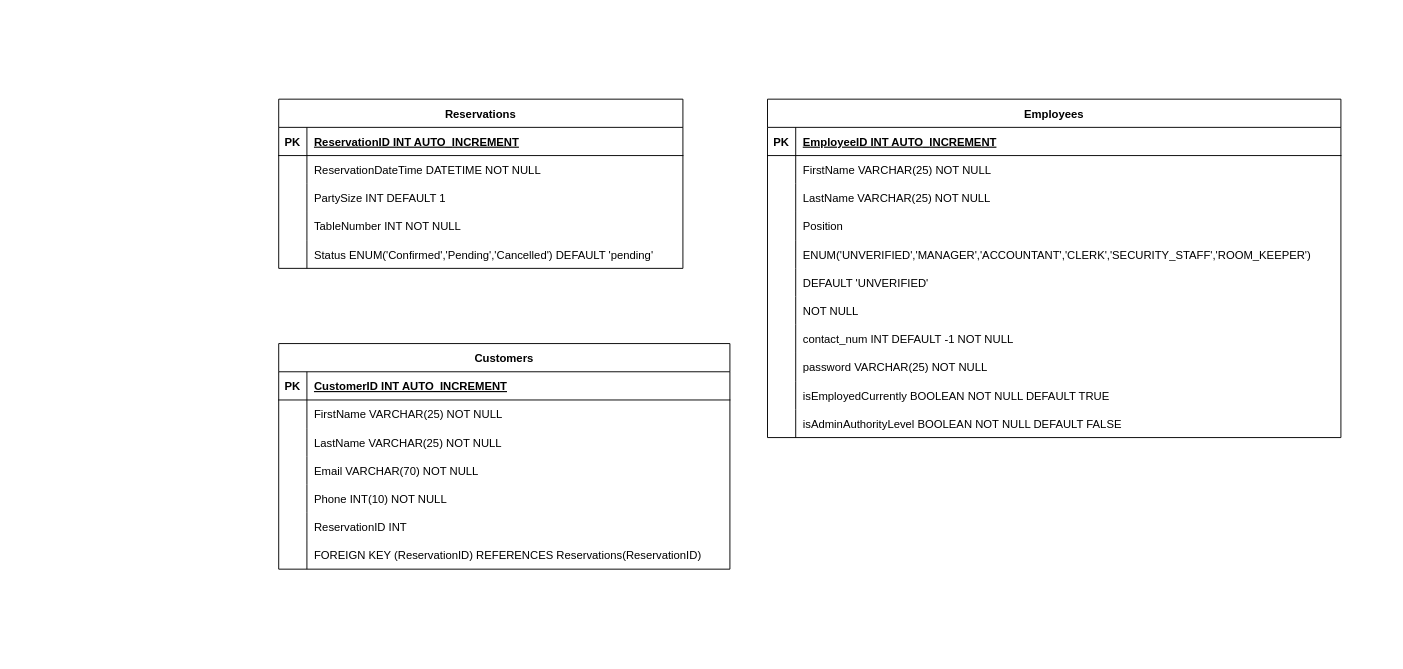
Above: ReservationManagementForJavaWokeezSteakhauz.drawio in isuckinprogramming/javaWockeezSteakhausProject (draw.io), before the change. Source tidied: cells renumbered, new cells numbered last; positions are measured from the earlier drawing's top-left corner, leaving out a move shared by most shapes. Both pictures are drawn from the tidied source at 94%, with x=0, y=0 at pixel (278, 99).
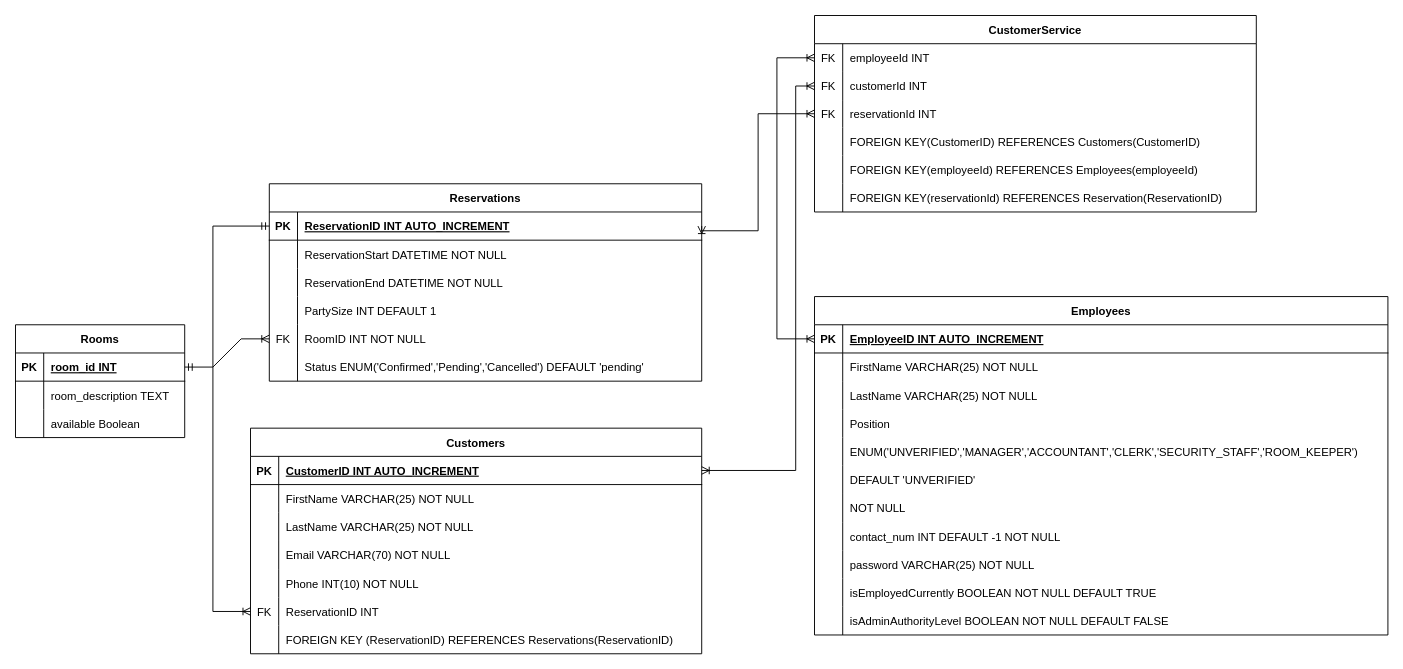
The same diagram, later.

The change refers to these unchanged cells:
```xml
<mxCell id="3" style="shape=tableRow;horizontal=0;startSize=0;swimlaneHead=0;swimlaneBody=0;fillColor=none;points=[[0,0.5],[1,0.5]];portConstraint=eastwest;strokeColor=inherit;top=0;left=0;right=0;bottom=1;" parent="2" vertex="1">
  <mxGeometry y="30" width="610" height="30" as="geometry" />
</mxCell>
<mxCell id="53" style="shape=tableRow;horizontal=0;startSize=0;swimlaneHead=0;swimlaneBody=0;fillColor=none;points=[[0,0.5],[1,0.5]];portConstraint=eastwest;strokeColor=inherit;top=0;left=0;right=0;bottom=1;" parent="52" vertex="1">
  <mxGeometry y="30" width="480" height="30" as="geometry" />
</mxCell>
<mxCell id="68" style="shape=tableRow;horizontal=0;startSize=0;swimlaneHead=0;swimlaneBody=0;fillColor=none;points=[[0,0.5],[1,0.5]];portConstraint=eastwest;strokeColor=inherit;top=0;left=0;right=0;bottom=0;" parent="52" vertex="1">
  <mxGeometry y="180" width="480" height="30" as="geometry" />
</mxCell>
```

Change to the diagram source:
```diff
@@
     <mxCell id="2" value="Employees" style="shape=table;startSize=30;childLayout=tableLayout;rowLines=0;fontStyle=1;align=center;" parent="1" vertex="1">
-      <mxGeometry x="520" width="610" height="360" as="geometry" />
+      <mxGeometry x="570" y="210" width="610" height="360" as="geometry" />
     </mxCell>
@@
     <mxCell id="36" value="Reservations" style="shape=table;startSize=30;childLayout=tableLayout;rowLines=0;fontStyle=1;align=center;" parent="1" vertex="1">
-      <mxGeometry width="430" height="180" as="geometry" />
+      <mxGeometry x="-10" y="90" width="460" height="210" as="geometry" />
     </mxCell>
     <mxCell id="37" style="shape=tableRow;horizontal=0;startSize=0;swimlaneHead=0;swimlaneBody=0;fillColor=none;points=[[0,0.5],[1,0.5]];portConstraint=eastwest;strokeColor=inherit;top=0;left=0;right=0;bottom=1;" parent="36" vertex="1">
-      <mxGeometry y="30" width="430" height="30" as="geometry" />
+      <mxGeometry y="30" width="460" height="30" as="geometry" />
     </mxCell>
@@
     <mxCell id="39" value="ReservationID INT AUTO_INCREMENT " style="shape=partialRectangle;overflow=hidden;fillColor=none;align=left;strokeColor=inherit;top=0;left=0;bottom=0;right=0;spacingLeft=6;fontStyle=5;" parent="37" vertex="1">
-      <mxGeometry x="30" width="400" height="30" as="geometry" />
+      <mxGeometry x="30" width="430" height="30" as="geometry" />
     </mxCell>
     <mxCell id="40" style="shape=tableRow;horizontal=0;startSize=0;swimlaneHead=0;swimlaneBody=0;fillColor=none;strokeColor=inherit;top=0;left=0;right=0;bottom=0;" parent="36" vertex="1">
-      <mxGeometry y="60" width="430" height="30" as="geometry" />
+      <mxGeometry y="60" width="460" height="30" as="geometry" />
     </mxCell>
@@
-    <mxCell id="42" value="ReservationDateTime DATETIME NOT NULL" style="shape=partialRectangle;overflow=hidden;fillColor=none;align=left;strokeColor=inherit;top=0;left=0;bottom=0;right=0;spacingLeft=6;" parent="40" vertex="1">
-      <mxGeometry x="30" width="400" height="30" as="geometry" />
+    <mxCell id="42" value="ReservationStart DATETIME NOT NULL" style="shape=partialRectangle;overflow=hidden;fillColor=none;align=left;strokeColor=inherit;top=0;left=0;bottom=0;right=0;spacingLeft=6;" parent="40" vertex="1">
+      <mxGeometry x="30" width="430" height="30" as="geometry" />
     </mxCell>
+    <mxCell id="74" style="shape=tableRow;horizontal=0;startSize=0;swimlaneHead=0;swimlaneBody=0;fillColor=none;strokeColor=inherit;top=0;left=0;right=0;bottom=0;" parent="36" vertex="1">
+      <mxGeometry y="90" width="460" height="30" as="geometry" />
+    </mxCell>
+    <mxCell id="75" style="shape=partialRectangle;overflow=hidden;fillColor=none;strokeColor=inherit;top=0;left=0;bottom=0;right=0;" parent="74" vertex="1">
+      <mxGeometry width="30" height="30" as="geometry" />
+    </mxCell>
+    <mxCell id="76" value="ReservationEnd DATETIME NOT NULL" style="shape=partialRectangle;overflow=hidden;fillColor=none;align=left;strokeColor=inherit;top=0;left=0;bottom=0;right=0;spacingLeft=6;" parent="74" vertex="1">
+      <mxGeometry x="30" width="430" height="30" as="geometry" />
+    </mxCell>
     <mxCell id="43" style="shape=tableRow;horizontal=0;startSize=0;swimlaneHead=0;swimlaneBody=0;fillColor=none;strokeColor=inherit;top=0;left=0;right=0;bottom=0;" parent="36" vertex="1">
-      <mxGeometry y="90" width="430" height="30" as="geometry" />
+      <mxGeometry y="120" width="460" height="30" as="geometry" />
     </mxCell>
@@
     <mxCell id="45" value="PartySize INT DEFAULT 1" style="shape=partialRectangle;overflow=hidden;fillColor=none;align=left;strokeColor=inherit;top=0;left=0;bottom=0;right=0;spacingLeft=6;" parent="43" vertex="1">
-      <mxGeometry x="30" width="400" height="30" as="geometry" />
+      <mxGeometry x="30" width="430" height="30" as="geometry" />
     </mxCell>
     <mxCell id="46" style="shape=tableRow;horizontal=0;startSize=0;swimlaneHead=0;swimlaneBody=0;fillColor=none;points=[[0,0.5],[1,0.5]];portConstraint=eastwest;strokeColor=inherit;top=0;left=0;right=0;bottom=0;" parent="36" vertex="1">
-      <mxGeometry y="120" width="430" height="30" as="geometry" />
+      <mxGeometry y="150" width="460" height="30" as="geometry" />
     </mxCell>
-    <mxCell id="47" style="shape=partialRectangle;overflow=hidden;fillColor=none;strokeColor=inherit;top=0;left=0;bottom=0;right=0;" parent="46" vertex="1">
+    <mxCell id="47" value="FK" style="shape=partialRectangle;overflow=hidden;fillColor=none;strokeColor=inherit;top=0;left=0;bottom=0;right=0;" parent="46" vertex="1">
       <mxGeometry width="30" height="30" as="geometry" />
     </mxCell>
-    <mxCell id="48" value="TableNumber INT NOT NULL" style="shape=partialRectangle;overflow=hidden;fillColor=none;align=left;strokeColor=inherit;top=0;left=0;bottom=0;right=0;spacingLeft=6;" parent="46" vertex="1">
-      <mxGeometry x="30" width="400" height="30" as="geometry" />
+    <mxCell id="48" value="RoomID INT NOT NULL" style="shape=partialRectangle;overflow=hidden;fillColor=none;align=left;strokeColor=inherit;top=0;left=0;bottom=0;right=0;spacingLeft=6;" parent="46" vertex="1">
+      <mxGeometry x="30" width="430" height="30" as="geometry" />
     </mxCell>
     <mxCell id="49" style="shape=tableRow;horizontal=0;startSize=0;swimlaneHead=0;swimlaneBody=0;fillColor=none;strokeColor=inherit;top=0;left=0;right=0;bottom=0;" parent="36" vertex="1">
-      <mxGeometry y="150" width="430" height="30" as="geometry" />
+      <mxGeometry y="180" width="460" height="30" as="geometry" />
     </mxCell>
@@
     <mxCell id="51" value="Status ENUM('Confirmed','Pending','Cancelled') DEFAULT 'pending'" style="shape=partialRectangle;overflow=hidden;fillColor=none;align=left;strokeColor=inherit;top=0;left=0;bottom=0;right=0;spacingLeft=6;" parent="49" vertex="1">
-      <mxGeometry x="30" width="400" height="30" as="geometry" />
+      <mxGeometry x="30" width="430" height="30" as="geometry" />
     </mxCell>
     <mxCell id="52" value="Customers" style="shape=table;startSize=30;childLayout=tableLayout;rowLines=0;fontStyle=1;align=center;" parent="1" vertex="1">
-      <mxGeometry y="260" width="480" height="240" as="geometry" />
+      <mxGeometry x="-30" y="350" width="480" height="240" as="geometry" />
     </mxCell>
@@
-    <mxCell id="69" style="shape=partialRectangle;overflow=hidden;fillColor=none;strokeColor=inherit;top=0;left=0;bottom=0;right=0;" parent="68" vertex="1">
+    <mxCell id="69" value="FK" style="shape=partialRectangle;overflow=hidden;fillColor=none;strokeColor=inherit;top=0;left=0;bottom=0;right=0;" parent="68" vertex="1">
       <mxGeometry width="30" height="30" as="geometry" />
     </mxCell>
@@
+    <mxCell id="77" value="Rooms" style="shape=table;startSize=30;childLayout=tableLayout;rowLines=0;fontStyle=1;align=center;" parent="1" vertex="1">
+      <mxGeometry x="-280" y="240" width="180" height="120" as="geometry" />
+    </mxCell>
+    <mxCell id="78" style="shape=tableRow;horizontal=0;startSize=0;swimlaneHead=0;swimlaneBody=0;fillColor=none;points=[[0,0.5],[1,0.5]];portConstraint=eastwest;strokeColor=inherit;top=0;left=0;right=0;bottom=1;" parent="77" vertex="1">
+      <mxGeometry y="30" width="180" height="30" as="geometry" />
+    </mxCell>
+    <mxCell id="79" value="PK" style="shape=partialRectangle;overflow=hidden;fillColor=none;strokeColor=inherit;top=0;left=0;bottom=0;right=0;fontStyle=1;" parent="78" vertex="1">
+      <mxGeometry width="30" height="30" as="geometry" />
+    </mxCell>
+    <mxCell id="80" value="room_id INT " style="shape=partialRectangle;overflow=hidden;fillColor=none;align=left;strokeColor=inherit;top=0;left=0;bottom=0;right=0;spacingLeft=6;fontStyle=5;" parent="78" vertex="1">
+      <mxGeometry x="30" width="150" height="30" as="geometry" />
+    </mxCell>
+    <mxCell id="81" style="shape=tableRow;horizontal=0;startSize=0;swimlaneHead=0;swimlaneBody=0;fillColor=none;strokeColor=inherit;top=0;left=0;right=0;bottom=0;" parent="77" vertex="1">
+      <mxGeometry y="60" width="180" height="30" as="geometry" />
+    </mxCell>
+    <mxCell id="82" style="shape=partialRectangle;overflow=hidden;fillColor=none;strokeColor=inherit;top=0;left=0;bottom=0;right=0;" parent="81" vertex="1">
+      <mxGeometry width="30" height="30" as="geometry" />
+    </mxCell>
+    <mxCell id="83" value="room_description TEXT" style="shape=partialRectangle;overflow=hidden;fillColor=none;align=left;strokeColor=inherit;top=0;left=0;bottom=0;right=0;spacingLeft=6;" parent="81" vertex="1">
+      <mxGeometry x="30" width="150" height="30" as="geometry" />
+    </mxCell>
+    <mxCell id="84" style="shape=tableRow;horizontal=0;startSize=0;swimlaneHead=0;swimlaneBody=0;fillColor=none;strokeColor=inherit;top=0;left=0;right=0;bottom=0;" parent="77" vertex="1">
+      <mxGeometry y="90" width="180" height="30" as="geometry" />
+    </mxCell>
+    <mxCell id="85" style="shape=partialRectangle;overflow=hidden;fillColor=none;strokeColor=inherit;top=0;left=0;bottom=0;right=0;" parent="84" vertex="1">
+      <mxGeometry width="30" height="30" as="geometry" />
+    </mxCell>
+    <mxCell id="86" value="available Boolean" style="shape=partialRectangle;overflow=hidden;fillColor=none;align=left;strokeColor=inherit;top=0;left=0;bottom=0;right=0;spacingLeft=6;" parent="84" vertex="1">
+      <mxGeometry x="30" width="150" height="30" as="geometry" />
+    </mxCell>
+    <mxCell id="87" value="CustomerService" style="shape=table;startSize=30;childLayout=tableLayout;rowLines=0;fontStyle=1;align=center;" parent="1" vertex="1">
+      <mxGeometry x="570" y="-89" width="470" height="209" as="geometry" />
+    </mxCell>
+    <mxCell id="88" style="shape=tableRow;horizontal=0;startSize=0;swimlaneHead=0;swimlaneBody=0;fillColor=none;points=[[0,0.5],[1,0.5]];portConstraint=eastwest;strokeColor=inherit;top=0;left=0;right=0;bottom=0;" parent="87" vertex="1">
+      <mxGeometry y="30" width="470" height="30" as="geometry" />
+    </mxCell>
+    <mxCell id="89" value="FK" style="shape=partialRectangle;overflow=hidden;fillColor=none;strokeColor=inherit;top=0;left=0;bottom=0;right=0;" parent="88" vertex="1">
+      <mxGeometry width="30" height="30" as="geometry" />
+    </mxCell>
+    <mxCell id="90" value="employeeId INT" style="shape=partialRectangle;overflow=hidden;fillColor=none;align=left;strokeColor=inherit;top=0;left=0;bottom=0;right=0;spacingLeft=6;" parent="88" vertex="1">
+      <mxGeometry x="30" width="440" height="30" as="geometry" />
+    </mxCell>
+    <mxCell id="91" style="shape=tableRow;horizontal=0;startSize=0;swimlaneHead=0;swimlaneBody=0;fillColor=none;points=[[0,0.5],[1,0.5]];portConstraint=eastwest;strokeColor=inherit;top=0;left=0;right=0;bottom=0;" parent="87" vertex="1">
+      <mxGeometry y="60" width="470" height="30" as="geometry" />
+    </mxCell>
+    <mxCell id="92" value="FK" style="shape=partialRectangle;overflow=hidden;fillColor=none;strokeColor=inherit;top=0;left=0;bottom=0;right=0;" parent="91" vertex="1">
+      <mxGeometry width="30" height="30" as="geometry" />
+    </mxCell>
+    <mxCell id="93" value="customerId INT" style="shape=partialRectangle;overflow=hidden;fillColor=none;align=left;strokeColor=inherit;top=0;left=0;bottom=0;right=0;spacingLeft=6;" parent="91" vertex="1">
+      <mxGeometry x="30" width="440" height="30" as="geometry" />
+    </mxCell>
+    <mxCell id="94" style="shape=tableRow;horizontal=0;startSize=0;swimlaneHead=0;swimlaneBody=0;fillColor=none;points=[[0,0.5],[1,0.5]];portConstraint=eastwest;strokeColor=inherit;top=0;left=0;right=0;bottom=0;" parent="87" vertex="1">
+      <mxGeometry y="90" width="470" height="29" as="geometry" />
+    </mxCell>
+    <mxCell id="95" value="FK" style="shape=partialRectangle;overflow=hidden;fillColor=none;strokeColor=inherit;top=0;left=0;bottom=0;right=0;" parent="94" vertex="1">
+      <mxGeometry width="30" height="29" as="geometry" />
+    </mxCell>
+    <mxCell id="96" value="reservationId INT" style="shape=partialRectangle;overflow=hidden;fillColor=none;align=left;strokeColor=inherit;top=0;left=0;bottom=0;right=0;spacingLeft=6;" parent="94" vertex="1">
+      <mxGeometry x="30" width="440" height="29" as="geometry" />
+    </mxCell>
+    <mxCell id="97" style="shape=tableRow;horizontal=0;startSize=0;swimlaneHead=0;swimlaneBody=0;fillColor=none;strokeColor=inherit;top=0;left=0;right=0;bottom=0;" parent="87" vertex="1">
+      <mxGeometry y="119" width="470" height="30" as="geometry" />
+    </mxCell>
+    <mxCell id="98" style="shape=partialRectangle;overflow=hidden;fillColor=none;strokeColor=inherit;top=0;left=0;bottom=0;right=0;" parent="97" vertex="1">
+      <mxGeometry width="30" height="30" as="geometry" />
+    </mxCell>
+    <mxCell id="99" value="FOREIGN KEY(CustomerID) REFERENCES Customers(CustomerID)" style="shape=partialRectangle;overflow=hidden;fillColor=none;align=left;strokeColor=inherit;top=0;left=0;bottom=0;right=0;spacingLeft=6;" parent="97" vertex="1">
+      <mxGeometry x="30" width="440" height="30" as="geometry" />
+    </mxCell>
+    <mxCell id="100" style="shape=tableRow;horizontal=0;startSize=0;swimlaneHead=0;swimlaneBody=0;fillColor=none;strokeColor=inherit;top=0;left=0;right=0;bottom=0;" parent="87" vertex="1">
+      <mxGeometry y="149" width="470" height="30" as="geometry" />
+    </mxCell>
+    <mxCell id="101" style="shape=partialRectangle;overflow=hidden;fillColor=none;strokeColor=inherit;top=0;left=0;bottom=0;right=0;" parent="100" vertex="1">
+      <mxGeometry width="30" height="30" as="geometry" />
+    </mxCell>
+    <mxCell id="102" value="FOREIGN KEY(employeeId) REFERENCES Employees(employeeId)" style="shape=partialRectangle;overflow=hidden;fillColor=none;align=left;strokeColor=inherit;top=0;left=0;bottom=0;right=0;spacingLeft=6;" parent="100" vertex="1">
+      <mxGeometry x="30" width="440" height="30" as="geometry" />
+    </mxCell>
+    <mxCell id="103" style="shape=tableRow;horizontal=0;startSize=0;swimlaneHead=0;swimlaneBody=0;fillColor=none;strokeColor=inherit;top=0;left=0;right=0;bottom=0;" parent="87" vertex="1">
+      <mxGeometry y="179" width="470" height="30" as="geometry" />
+    </mxCell>
+    <mxCell id="104" style="shape=partialRectangle;overflow=hidden;fillColor=none;strokeColor=inherit;top=0;left=0;bottom=0;right=0;" parent="103" vertex="1">
+      <mxGeometry width="30" height="30" as="geometry" />
+    </mxCell>
+    <mxCell id="105" value="FOREIGN KEY(reservationId) REFERENCES Reservation(ReservationID)" style="shape=partialRectangle;overflow=hidden;fillColor=none;align=left;strokeColor=inherit;top=0;left=0;bottom=0;right=0;spacingLeft=6;" parent="103" vertex="1">
+      <mxGeometry x="30" width="440" height="30" as="geometry" />
+    </mxCell>
+    <mxCell id="106" style="edgeStyle=orthogonalEdgeStyle;fontSize=12;html=1;endArrow=ERoneToMany;startArrow=ERoneToMany;rounded=0;exitX=0;exitY=0.5;exitDx=0;exitDy=0;entryX=0;entryY=0.5;entryDx=0;entryDy=0;" parent="1" edge="1" source="3" target="88">
+      <mxGeometry relative="1" as="geometry">
+        <Array as="points">
+          <mxPoint x="530" y="255" />
+          <mxPoint x="530" y="-44" />
+        </Array>
+      </mxGeometry>
+    </mxCell>
+    <mxCell id="107" style="edgeStyle=orthogonalEdgeStyle;fontSize=12;html=1;endArrow=ERoneToMany;startArrow=ERoneToMany;rounded=0;exitX=1;exitY=0.5;exitDx=0;exitDy=0;entryX=0;entryY=0.5;entryDx=0;entryDy=0;" parent="1" edge="1" source="53" target="91">
+      <mxGeometry relative="1" as="geometry">
+        <Array as="points">
+          <mxPoint x="550" y="395" />
+          <mxPoint x="550" y="-14" />
+        </Array>
+      </mxGeometry>
+    </mxCell>
+    <mxCell id="108" style="edgeStyle=orthogonalEdgeStyle;fontSize=12;html=1;endArrow=ERoneToMany;startArrow=ERoneToMany;rounded=0;exitX=1;exitY=0.5;exitDx=0;exitDy=0;entryX=0;entryY=0.5;entryDx=0;entryDy=0;" parent="1" edge="1" source="37" target="94">
+      <mxGeometry relative="1" as="geometry">
+        <Array as="points">
+          <mxPoint x="450" y="140" />
+          <mxPoint x="510" y="140" />
+          <mxPoint x="510" y="15" />
+        </Array>
+      </mxGeometry>
+    </mxCell>
+    <mxCell id="109" style="edgeStyle=orthogonalEdgeStyle;fontSize=12;html=1;endArrow=ERoneToMany;startArrow=ERmandOne;rounded=0;exitX=0;exitY=0.5;exitDx=0;exitDy=0;entryX=0;entryY=0.5;entryDx=0;entryDy=0;" parent="1" edge="1" source="37" target="68">
+      <mxGeometry relative="1" as="geometry">
+        <Array as="points">
+          <mxPoint x="-70" y="135" />
+          <mxPoint x="-70" y="545" />
+        </Array>
+      </mxGeometry>
+    </mxCell>
+    <mxCell id="110" style="edgeStyle=entityRelationEdgeStyle;fontSize=12;html=1;endArrow=ERoneToMany;startArrow=ERmandOne;rounded=0;exitX=1;exitY=0.5;exitDx=0;exitDy=0;entryX=0;entryY=0.5;entryDx=0;entryDy=0;" parent="1" edge="1" source="78" target="46">
+      <mxGeometry relative="1" as="geometry" />
+    </mxCell>
```
